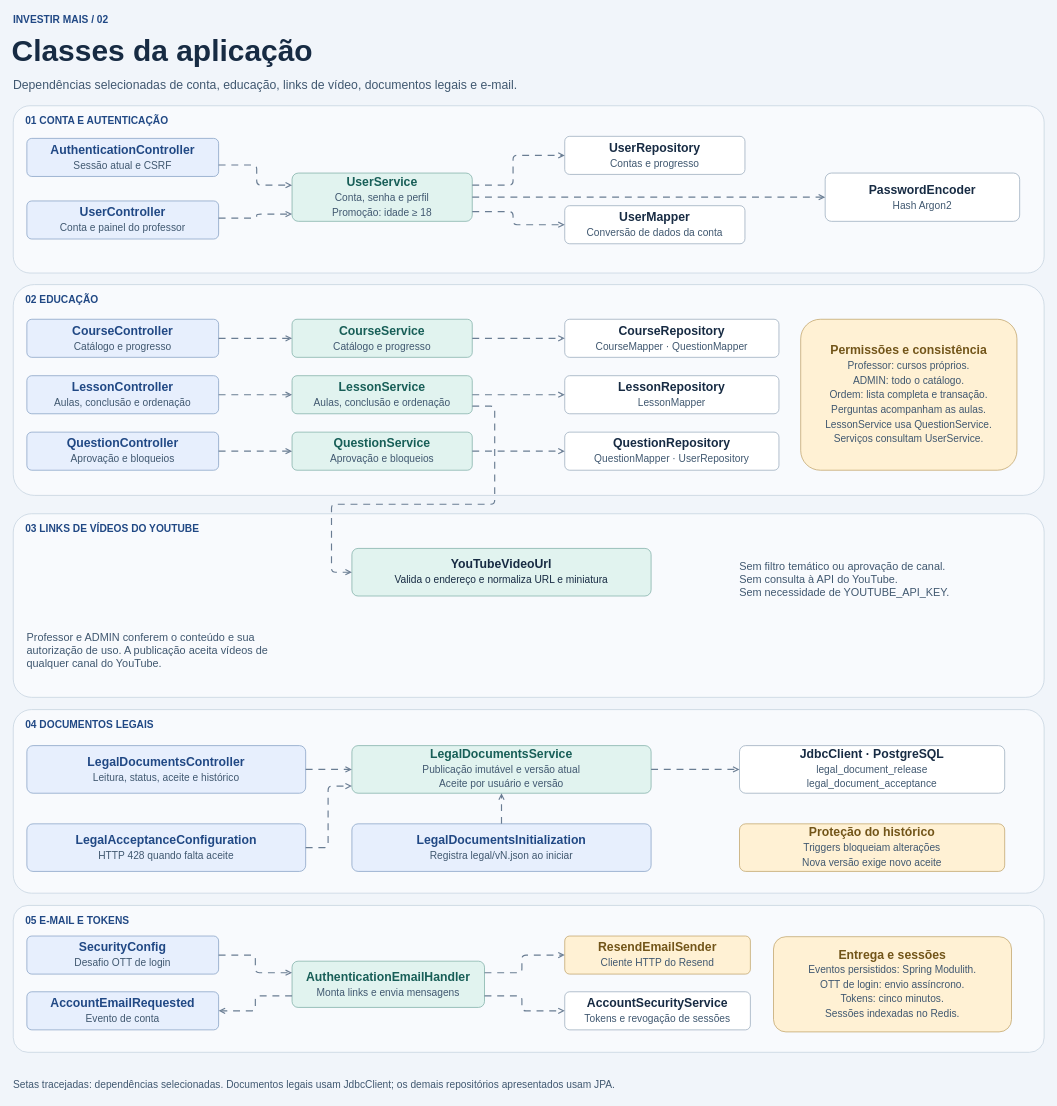
Earlier version of the draw.io diagram page "02 · Classes da aplicação" (2 of 5) of docs/diagramas/investir-mais.drawio (GabrielYYM/INVESTIR-MAIS). Source tidied: cells renumbered, new cells numbered last; positions are measured from the earlier drawing's top-left corner, leaving out a move shared by most shapes. Both pictures are drawn from the tidied source at 68%, with x=0, y=0 at pixel (12, 12).
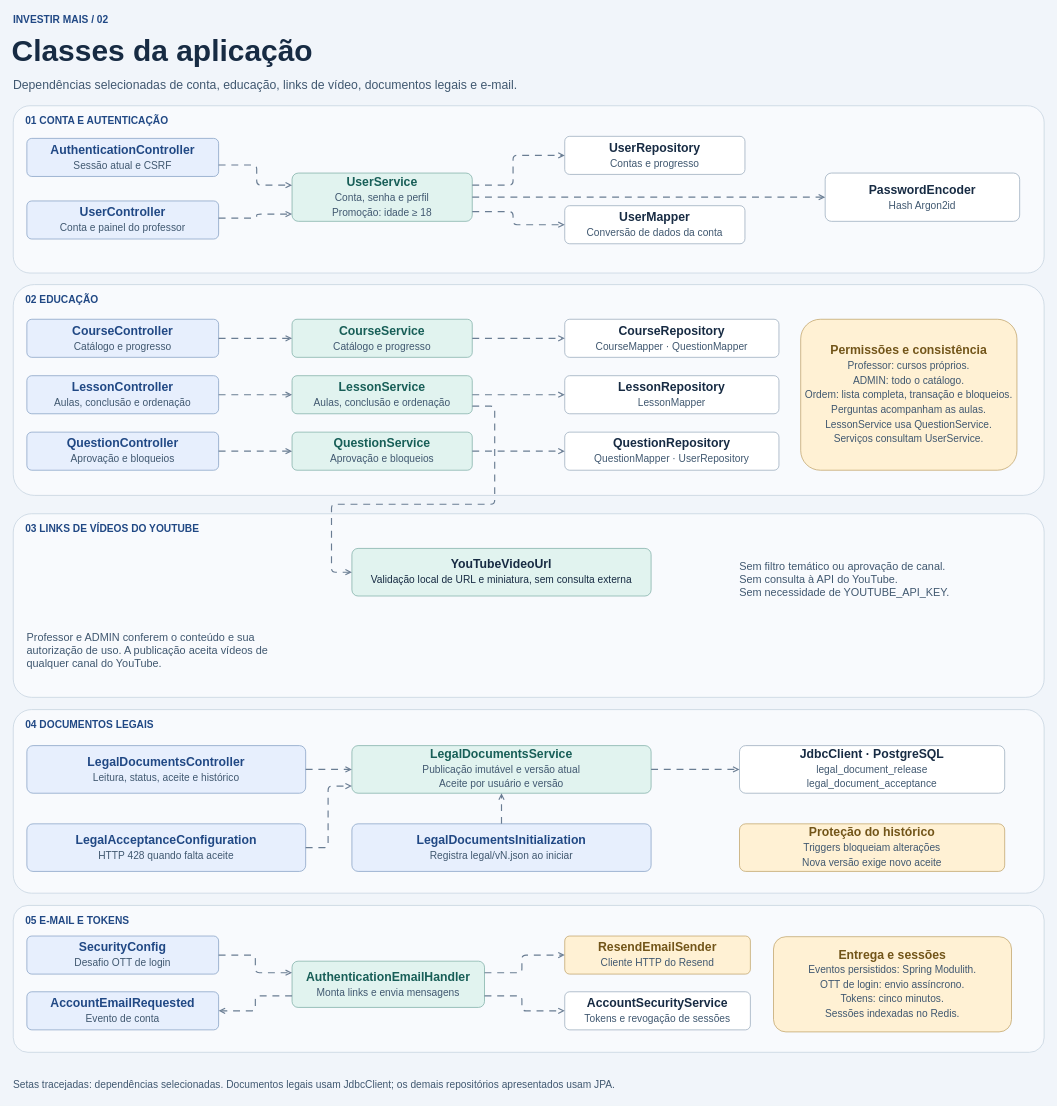
After the change.

Diff of the diagram source:
```diff
@@
-    <mxCell id="21" value="&lt;b style=&quot;font-size:18px;color:#172B43&quot;&gt;PasswordEncoder&lt;/b&gt;&lt;br&gt;&lt;span style=&quot;font-size:15px;color:#405870;line-height:1.35&quot;&gt;Hash Argon2&lt;/span&gt;" style="html=1;whiteSpace=wrap;rounded=1;arcSize=13;fillColor=#FFFFFF;strokeColor=#8FA2B6;align=center;verticalAlign=middle;fontColor=#172B43;fontSize=18;spacing=5;" parent="1" vertex="1">
+    <mxCell id="21" value="&lt;b style=&quot;font-size:18px;color:#172B43&quot;&gt;PasswordEncoder&lt;/b&gt;&lt;br&gt;&lt;span style=&quot;font-size:15px;color:#405870;line-height:1.35&quot;&gt;Hash Argon2id&lt;/span&gt;" style="html=1;whiteSpace=wrap;rounded=1;arcSize=13;fillColor=#FFFFFF;strokeColor=#8FA2B6;align=center;verticalAlign=middle;fontColor=#172B43;fontSize=18;spacing=5;" parent="1" vertex="1">
       <mxGeometry x="1196" y="237" width="286" height="71" as="geometry" />
     </mxCell>
@@
-    <mxCell id="42" value="&lt;b style=&quot;font-size:18px;color:#725519&quot;&gt;Permissões e consistência&lt;/b&gt;&lt;br&gt;&lt;span style=&quot;font-size:15px;color:#405870;line-height:1.35&quot;&gt;Professor: cursos próprios.&lt;br&gt;ADMIN: todo o catálogo.&lt;br&gt;Ordem: lista completa e transação.&lt;br&gt;Perguntas acompanham as aulas.&lt;br&gt;LessonService usa QuestionService.&lt;br&gt;Serviços consultam UserService.&lt;/span&gt;" style="html=1;whiteSpace=wrap;rounded=1;arcSize=13;fillColor=#FFF1D4;strokeColor=#BA9B5D;align=center;verticalAlign=middle;fontColor=#172B43;fontSize=18;spacing=5;" parent="1" vertex="1">
+    <mxCell id="42" value="&lt;b style=&quot;font-size:18px;color:#725519&quot;&gt;Permissões e consistência&lt;/b&gt;&lt;br&gt;&lt;span style=&quot;font-size:15px;color:#405870;line-height:1.35&quot;&gt;Professor: cursos próprios.&lt;br&gt;ADMIN: todo o catálogo.&lt;br&gt;Ordem: lista completa, transação e bloqueios.&lt;br&gt;Perguntas acompanham as aulas.&lt;br&gt;LessonService usa QuestionService.&lt;br&gt;Serviços consultam UserService.&lt;/span&gt;" style="html=1;whiteSpace=wrap;rounded=1;arcSize=13;fillColor=#FFF1D4;strokeColor=#BA9B5D;align=center;verticalAlign=middle;fontColor=#172B43;fontSize=18;spacing=5;" parent="1" vertex="1">
       <mxGeometry x="1160" y="452" width="318" height="222" as="geometry" />
     </mxCell>
-    <mxCell id="43" value="&lt;b style=&quot;font-size:18px&quot;&gt;YouTubeVideoUrl&lt;/b&gt;&lt;br&gt;&lt;span style=&quot;font-size:15px&quot;&gt;Valida o endereço e normaliza URL e miniatura&lt;/span&gt;" style="html=1;whiteSpace=wrap;rounded=1;arcSize=13;fillColor=#E1F3EF;strokeColor=#75A9A0;align=center;verticalAlign=middle;fontColor=#172B43;fontSize=18;spacing=5;" parent="1" vertex="1">
+    <mxCell id="43" value="&lt;b style=&quot;font-size:18px&quot;&gt;YouTubeVideoUrl&lt;/b&gt;&lt;br&gt;&lt;span style=&quot;font-size:15px&quot;&gt;Validação local de URL e miniatura, sem consulta externa&lt;/span&gt;" style="html=1;whiteSpace=wrap;rounded=1;arcSize=13;fillColor=#E1F3EF;strokeColor=#75A9A0;align=center;verticalAlign=middle;fontColor=#172B43;fontSize=18;spacing=5;" parent="1" vertex="1">
       <mxGeometry x="500" y="789" width="440" height="70" as="geometry" />
     </mxCell>
```
